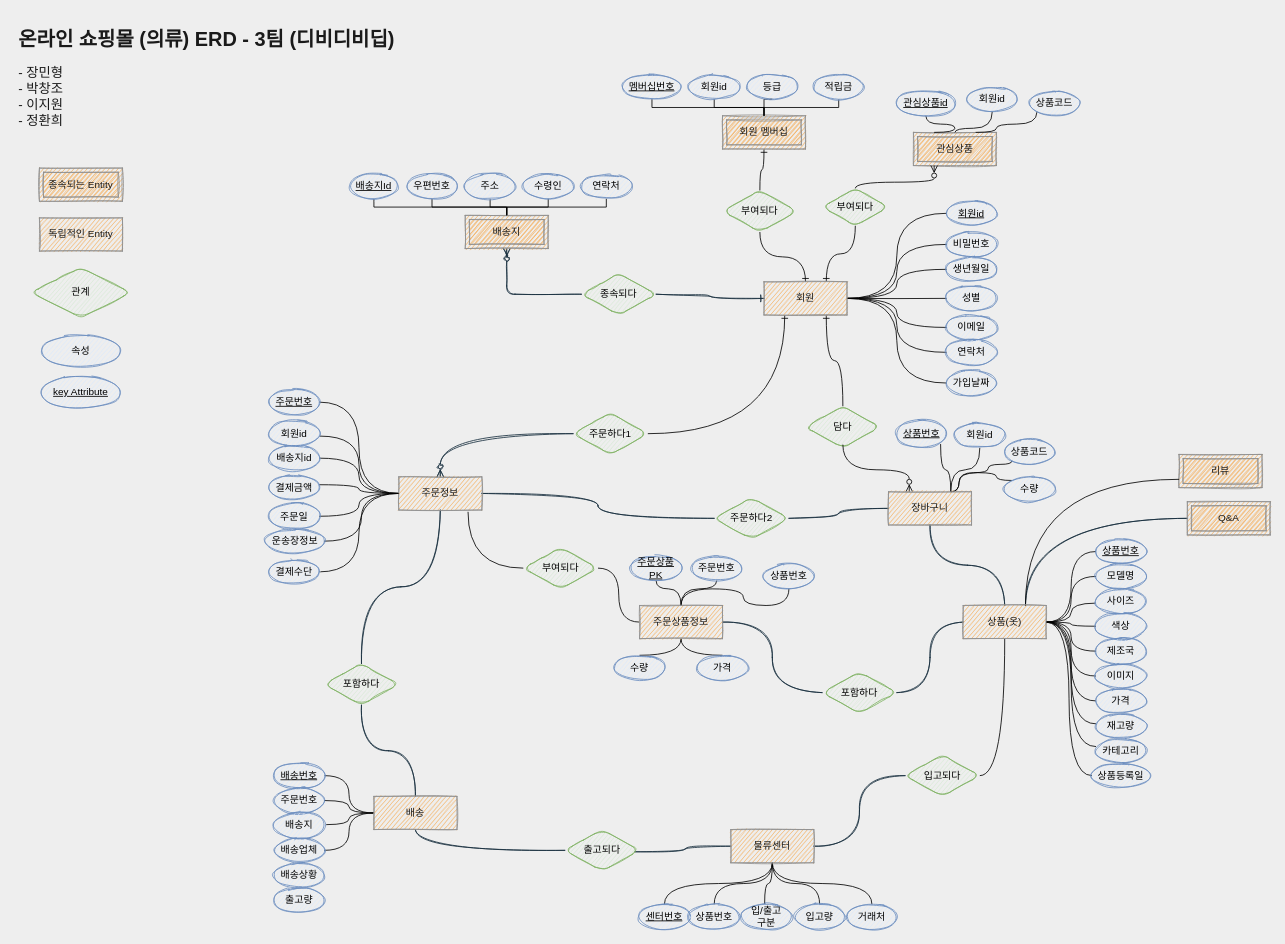
Earlier version of the draw.io diagram page "페이지-2" (2 of 3) of Untitled Diagram.drawio (pcjo1202/DataBase-design). Source tidied: cells renumbered, new cells numbered last; positions are measured from the earlier drawing's top-left corner, leaving out a move shared by most shapes. Both pictures are drawn from the tidied source at 83%, with x=0, y=0 at pixel (14, 22).
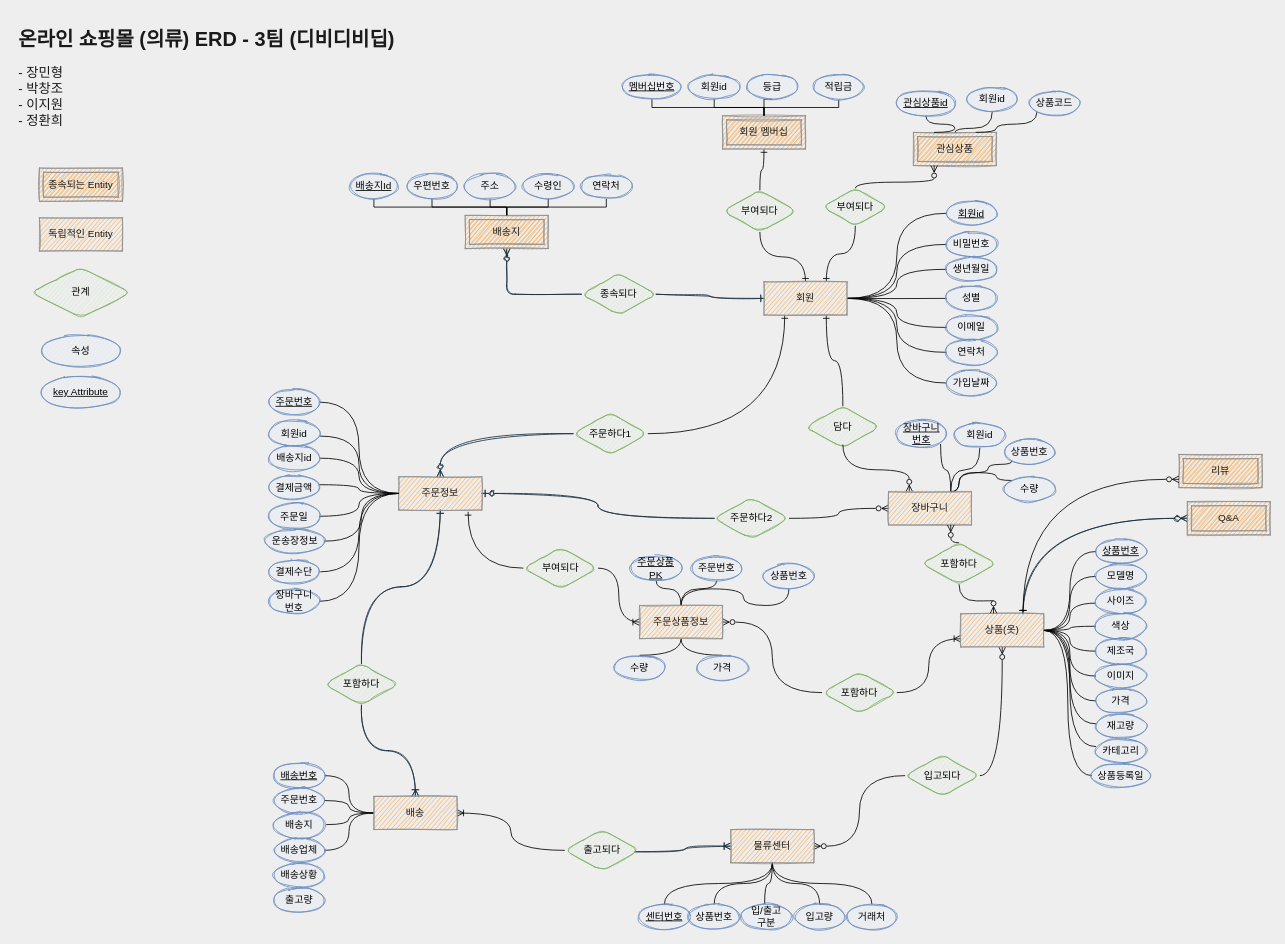
The same diagram, later.

Unchanged cells that the change refers to:
```xml
<mxCell id="16" value="주문하다2" style="shape=rhombus;perimeter=rhombusPerimeter;whiteSpace=wrap;html=1;align=center;fillColor=#d5e8d4;strokeColor=#82b366;sketch=1;rounded=1;" parent="1" vertex="1">
  <mxGeometry x="843" y="572" width="90" height="50" as="geometry" />
</mxCell>
<mxCell id="19" value="포함하다" style="shape=rhombus;perimeter=rhombusPerimeter;whiteSpace=wrap;html=1;align=center;fillColor=#d5e8d4;strokeColor=#82b366;sketch=1;rounded=1;" parent="1" vertex="1">
  <mxGeometry x="373" y="772" width="90" height="50" as="geometry" />
</mxCell>
<mxCell id="22" value="출고되다" style="shape=rhombus;perimeter=rhombusPerimeter;whiteSpace=wrap;html=1;align=center;fillColor=#d5e8d4;strokeColor=#82b366;sketch=1;rounded=1;" parent="1" vertex="1">
  <mxGeometry x="663" y="972" width="90" height="50" as="geometry" />
</mxCell>
<mxCell id="25" value="입고되다" style="shape=rhombus;perimeter=rhombusPerimeter;whiteSpace=wrap;html=1;align=center;fillColor=#d5e8d4;strokeColor=#82b366;sketch=1;rounded=1;" parent="1" vertex="1">
  <mxGeometry x="1073" y="882" width="90" height="50" as="geometry" />
</mxCell>
<mxCell id="27" value="포함하다" style="shape=rhombus;perimeter=rhombusPerimeter;whiteSpace=wrap;html=1;align=center;fillColor=#d5e8d4;strokeColor=#82b366;sketch=1;rounded=1;" parent="1" vertex="1">
  <mxGeometry x="973" y="782" width="90" height="50" as="geometry" />
</mxCell>
<mxCell id="31" value="부여되다" style="shape=rhombus;perimeter=rhombusPerimeter;whiteSpace=wrap;html=1;align=center;fillColor=#d5e8d4;strokeColor=#82b366;sketch=1;rounded=1;" parent="1" vertex="1">
  <mxGeometry x="613" y="632" width="90" height="50" as="geometry" />
</mxCell>
<mxCell id="33" value="리뷰" style="shape=ext;margin=3;double=1;whiteSpace=wrap;html=1;align=center;rounded=0;sketch=1;fontColor=#1A1A1A;strokeColor=#909090;fillColor=#F5AB50;" parent="1" vertex="1">
  <mxGeometry x="1403" y="520" width="100" height="40" as="geometry" />
</mxCell>
<mxCell id="35" value="Q&amp;amp;A" style="shape=ext;margin=3;double=1;whiteSpace=wrap;html=1;align=center;rounded=0;sketch=1;fontColor=#1A1A1A;strokeColor=#909090;fillColor=#F5AB50;" parent="1" vertex="1">
  <mxGeometry x="1413" y="577" width="100" height="40" as="geometry" />
</mxCell>
<mxCell id="62" value="주문정보" style="whiteSpace=wrap;html=1;align=center;rounded=0;sketch=1;fontColor=#1A1A1A;strokeColor=#909090;fillColor=#F5AB50;direction=west;" parent="1" vertex="1">
  <mxGeometry x="463" y="547" width="100" height="40" as="geometry" />
</mxCell>
<mxCell id="68" value="주문상품정보" style="whiteSpace=wrap;html=1;align=center;rounded=0;sketch=1;fontColor=#1A1A1A;strokeColor=#909090;fillColor=#F5AB50;" parent="1" vertex="1">
  <mxGeometry x="753" y="702" width="100" height="40" as="geometry" />
</mxCell>
<mxCell id="74" value="장바구니" style="whiteSpace=wrap;html=1;align=center;rounded=0;sketch=1;fontColor=#1A1A1A;strokeColor=#909090;fillColor=#F5AB50;direction=west;" parent="1" vertex="1">
  <mxGeometry x="1053" y="565" width="100" height="40" as="geometry" />
</mxCell>
<mxCell id="91" value="물류센터" style="whiteSpace=wrap;html=1;align=center;rounded=0;sketch=1;fontColor=#1A1A1A;strokeColor=#909090;fillColor=#F5AB50;direction=west;" parent="1" vertex="1">
  <mxGeometry x="863" y="972" width="100" height="40" as="geometry" />
</mxCell>
<mxCell id="96" value="배송" style="whiteSpace=wrap;html=1;align=center;rounded=0;sketch=1;fontColor=#1A1A1A;strokeColor=#909090;fillColor=#F5AB50;direction=west;" parent="1" vertex="1">
  <mxGeometry x="433" y="932" width="100" height="40" as="geometry" />
</mxCell>
```

Change to the diagram source:
```diff
@@
-    <mxCell id="14" style="edgeStyle=orthogonalEdgeStyle;curved=1;rounded=1;sketch=1;jettySize=auto;html=1;fontColor=#1A1A1A;endArrow=none;endFill=0;strokeColor=#182E3E;entryX=0;entryY=0.5;entryDx=0;entryDy=0;exitX=0;exitY=0.5;exitDx=0;exitDy=0;" parent="1" edge="1" source="16" target="62">
+    <mxCell id="14" style="edgeStyle=orthogonalEdgeStyle;curved=1;rounded=1;sketch=1;jettySize=auto;html=1;fontColor=#1A1A1A;endArrow=ERzeroToOne;endFill=0;strokeColor=#182E3E;entryX=0;entryY=0.5;entryDx=0;entryDy=0;exitX=0;exitY=0.5;exitDx=0;exitDy=0;" parent="1" edge="1" source="16" target="62">
       <mxGeometry relative="1" as="geometry" />
     </mxCell>
-    <mxCell id="15" style="edgeStyle=orthogonalEdgeStyle;curved=1;rounded=1;sketch=1;jettySize=auto;html=1;fontColor=#1A1A1A;endArrow=none;endFill=0;strokeColor=#182E3E;exitX=1;exitY=0.5;exitDx=0;exitDy=0;" parent="1" edge="1" source="16" target="74">
+    <mxCell id="15" style="edgeStyle=orthogonalEdgeStyle;curved=1;jettySize=auto;html=1;exitX=1;exitY=0.5;exitDx=0;exitDy=0;startArrow=none;startFill=0;endArrow=ERzeroToMany;endFill=0;" parent="1" edge="1" source="16" target="74">
       <mxGeometry relative="1" as="geometry" />
     </mxCell>
@@
-    <mxCell id="17" style="edgeStyle=orthogonalEdgeStyle;curved=1;rounded=1;sketch=1;jettySize=auto;html=1;fontColor=#1A1A1A;endArrow=none;endFill=0;strokeColor=#182E3E;entryX=0.5;entryY=0;entryDx=0;entryDy=0;" parent="1" edge="1" source="19" target="62">
+    <mxCell id="17" style="edgeStyle=orthogonalEdgeStyle;curved=1;rounded=1;sketch=1;jettySize=auto;html=1;fontColor=#1A1A1A;endArrow=ERone;endFill=0;strokeColor=#182E3E;entryX=0.5;entryY=0;entryDx=0;entryDy=0;" parent="1" edge="1" source="19" target="62">
       <mxGeometry relative="1" as="geometry" />
     </mxCell>
-    <mxCell id="18" style="edgeStyle=orthogonalEdgeStyle;curved=1;rounded=1;sketch=1;jettySize=auto;html=1;fontColor=#1A1A1A;endArrow=none;endFill=0;strokeColor=#182E3E;entryX=0.5;entryY=1;entryDx=0;entryDy=0;exitX=0.5;exitY=1;exitDx=0;exitDy=0;" parent="1" edge="1" source="19" target="96">
+    <mxCell id="18" style="edgeStyle=orthogonalEdgeStyle;curved=1;rounded=1;sketch=1;jettySize=auto;html=1;fontColor=#1A1A1A;endArrow=ERoneToMany;endFill=0;strokeColor=#182E3E;entryX=0.5;entryY=1;entryDx=0;entryDy=0;exitX=0.5;exitY=1;exitDx=0;exitDy=0;" parent="1" edge="1" source="19" target="96">
       <mxGeometry relative="1" as="geometry" />
     </mxCell>
@@
+    <mxCell id="21" style="edgeStyle=orthogonalEdgeStyle;curved=1;rounded=1;sketch=1;jettySize=auto;html=1;fontColor=#1A1A1A;endArrow=ERoneToMany;endFill=0;strokeColor=#182E3E;entryX=1;entryY=0.5;entryDx=0;entryDy=0;exitX=0.94;exitY=0.535;exitDx=0;exitDy=0;exitPerimeter=0;" parent="1" edge="1" source="22" target="91">
+      <mxGeometry relative="1" as="geometry" />
+    </mxCell>
-    <mxCell id="20" style="edgeStyle=orthogonalEdgeStyle;curved=1;rounded=1;sketch=1;jettySize=auto;html=1;fontColor=#1A1A1A;endArrow=none;endFill=0;strokeColor=#182E3E;entryX=0.5;entryY=0;entryDx=0;entryDy=0;" parent="1" edge="1" source="22" target="96">
+    <mxCell id="20" style="edgeStyle=orthogonalEdgeStyle;curved=1;jettySize=auto;html=1;exitX=0;exitY=0.5;exitDx=0;exitDy=0;entryX=0;entryY=0.5;entryDx=0;entryDy=0;startArrow=none;startFill=0;endArrow=ERoneToMany;endFill=0;" parent="1" edge="1" source="22" target="96">
       <mxGeometry relative="1" as="geometry" />
     </mxCell>
-    <mxCell id="21" style="edgeStyle=orthogonalEdgeStyle;curved=1;rounded=1;sketch=1;jettySize=auto;html=1;fontColor=#1A1A1A;endArrow=none;endFill=0;strokeColor=#182E3E;entryX=1;entryY=0.5;entryDx=0;entryDy=0;exitX=0.94;exitY=0.535;exitDx=0;exitDy=0;exitPerimeter=0;" parent="1" edge="1" source="22" target="91">
-      <mxGeometry relative="1" as="geometry" />
-    </mxCell>
@@
+    <mxCell id="24" style="edgeStyle=orthogonalEdgeStyle;curved=1;jettySize=auto;html=1;exitX=1;exitY=0.5;exitDx=0;exitDy=0;entryX=0.5;entryY=0;entryDx=0;entryDy=0;endArrow=ERzeroToMany;endFill=0;" parent="1" edge="1" source="25" target="85">
+      <mxGeometry relative="1" as="geometry" />
+    </mxCell>
-    <mxCell id="23" style="edgeStyle=orthogonalEdgeStyle;curved=1;rounded=1;sketch=1;jettySize=auto;html=1;fontColor=#1A1A1A;endArrow=none;endFill=0;strokeColor=#182E3E;entryX=0;entryY=0.5;entryDx=0;entryDy=0;" parent="1" edge="1" source="25" target="91">
+    <mxCell id="23" style="edgeStyle=orthogonalEdgeStyle;curved=1;jettySize=auto;html=1;exitX=0;exitY=0.5;exitDx=0;exitDy=0;entryX=0;entryY=0.5;entryDx=0;entryDy=0;startArrow=none;startFill=0;endArrow=ERzeroToMany;endFill=0;" parent="1" edge="1" source="25" target="91">
       <mxGeometry relative="1" as="geometry" />
     </mxCell>
-    <mxCell id="24" style="edgeStyle=orthogonalEdgeStyle;curved=1;jettySize=auto;html=1;exitX=1;exitY=0.5;exitDx=0;exitDy=0;entryX=0.5;entryY=0;entryDx=0;entryDy=0;endArrow=none;endFill=0;" parent="1" edge="1" source="25" target="85">
-      <mxGeometry relative="1" as="geometry" />
-    </mxCell>
@@
-    <mxCell id="26" style="edgeStyle=orthogonalEdgeStyle;curved=1;rounded=1;sketch=1;jettySize=auto;html=1;exitX=1;exitY=0.5;exitDx=0;exitDy=0;entryX=1;entryY=0.5;entryDx=0;entryDy=0;fontColor=#1A1A1A;endArrow=none;endFill=0;strokeColor=#182E3E;" parent="1" edge="1" source="27" target="85">
+    <mxCell id="26" style="edgeStyle=orthogonalEdgeStyle;jettySize=auto;html=1;exitX=1;exitY=0.5;exitDx=0;exitDy=0;entryX=1;entryY=0.25;entryDx=0;entryDy=0;startArrow=none;startFill=0;endArrow=ERoneToMany;endFill=0;curved=1;" parent="1" edge="1" source="27" target="85">
       <mxGeometry relative="1" as="geometry" />
     </mxCell>
+    <mxCell id="167" style="edgeStyle=orthogonalEdgeStyle;curved=1;jettySize=auto;html=1;exitX=0;exitY=0.5;exitDx=0;exitDy=0;entryX=1;entryY=0.5;entryDx=0;entryDy=0;startArrow=none;startFill=0;endArrow=ERzeroToMany;endFill=0;" parent="1" edge="1" source="27" target="68">
+      <mxGeometry relative="1" as="geometry" />
+    </mxCell>
@@
-    <mxCell id="28" style="edgeStyle=orthogonalEdgeStyle;curved=1;rounded=1;sketch=1;jettySize=auto;html=1;exitX=1;exitY=0.5;exitDx=0;exitDy=0;entryX=0;entryY=0.5;entryDx=0;entryDy=0;fontColor=#1A1A1A;endArrow=none;endFill=0;strokeColor=#182E3E;" parent="1" edge="1" source="68" target="27">
-      <mxGeometry relative="1" as="geometry" />
-    </mxCell>
-    <mxCell id="29" style="edgeStyle=orthogonalEdgeStyle;curved=1;jettySize=auto;html=1;exitX=0;exitY=0.5;exitDx=0;exitDy=0;entryX=0.166;entryY=-0.053;entryDx=0;entryDy=0;endArrow=none;endFill=0;entryPerimeter=0;" parent="1" edge="1" source="31" target="62">
+    <mxCell id="29" style="edgeStyle=orthogonalEdgeStyle;curved=1;jettySize=auto;html=1;exitX=0;exitY=0.5;exitDx=0;exitDy=0;entryX=0.166;entryY=-0.053;entryDx=0;entryDy=0;endArrow=ERone;endFill=0;entryPerimeter=0;" parent="1" edge="1" source="31" target="62">
       <mxGeometry relative="1" as="geometry" />
     </mxCell>
-    <mxCell id="30" style="edgeStyle=orthogonalEdgeStyle;curved=1;jettySize=auto;html=1;exitX=1;exitY=0.5;exitDx=0;exitDy=0;entryX=0;entryY=0.5;entryDx=0;entryDy=0;endArrow=none;endFill=0;" parent="1" edge="1" source="31" target="68">
+    <mxCell id="30" style="edgeStyle=orthogonalEdgeStyle;curved=1;jettySize=auto;html=1;exitX=1;exitY=0.5;exitDx=0;exitDy=0;entryX=0;entryY=0.5;entryDx=0;entryDy=0;endArrow=ERoneToMany;endFill=0;" parent="1" edge="1" source="31" target="68">
       <mxGeometry relative="1" as="geometry" />
     </mxCell>
@@
-    <mxCell id="32" style="edgeStyle=orthogonalEdgeStyle;curved=1;rounded=1;sketch=1;jettySize=auto;html=1;exitX=0.5;exitY=0;exitDx=0;exitDy=0;entryX=0.5;entryY=1;entryDx=0;entryDy=0;fontColor=#1A1A1A;endArrow=none;endFill=0;strokeColor=#182E3E;" parent="1" edge="1" source="74" target="85">
-      <mxGeometry relative="1" as="geometry" />
-    </mxCell>
@@
-    <mxCell id="34" style="edgeStyle=orthogonalEdgeStyle;curved=1;rounded=1;sketch=1;jettySize=auto;html=1;exitX=0;exitY=0.5;exitDx=0;exitDy=0;entryX=0.25;entryY=1;entryDx=0;entryDy=0;fontColor=#1A1A1A;endArrow=none;endFill=0;strokeColor=#182E3E;" parent="1" edge="1" source="35" target="85">
+    <mxCell id="34" style="edgeStyle=orthogonalEdgeStyle;curved=1;rounded=1;sketch=1;jettySize=auto;html=1;exitX=0;exitY=0.5;exitDx=0;exitDy=0;entryX=0.25;entryY=1;entryDx=0;entryDy=0;fontColor=#1A1A1A;endArrow=ERone;endFill=0;strokeColor=#182E3E;startArrow=ERzeroToMany;startFill=0;" parent="1" edge="1" source="35" target="85">
       <mxGeometry relative="1" as="geometry" />
     </mxCell>
@@
-    <mxCell id="75" style="edgeStyle=orthogonalEdgeStyle;curved=1;jettySize=auto;html=1;exitX=0.25;exitY=1;exitDx=0;exitDy=0;entryX=0;entryY=0.75;entryDx=0;entryDy=0;endArrow=none;endFill=0;" parent="1" edge="1" source="85" target="33">
+    <mxCell id="75" style="edgeStyle=orthogonalEdgeStyle;curved=1;jettySize=auto;html=1;exitX=0.25;exitY=1;exitDx=0;exitDy=0;entryX=0;entryY=0.75;entryDx=0;entryDy=0;endArrow=ERzeroToMany;endFill=0;startArrow=ERone;startFill=0;" parent="1" edge="1" source="85" target="33">
       <mxGeometry relative="1" as="geometry" />
     </mxCell>
@@
     <mxCell id="85" value="상품(옷)" style="whiteSpace=wrap;html=1;align=center;rounded=0;sketch=1;fontColor=#1A1A1A;strokeColor=#909090;fillColor=#F5AB50;direction=west;" parent="1" vertex="1">
-      <mxGeometry x="1143" y="702" width="100" height="40" as="geometry" />
+      <mxGeometry x="1140" y="712" width="100" height="40" as="geometry" />
     </mxCell>
@@
-    <mxCell id="152" value="상품번호" style="ellipse;whiteSpace=wrap;html=1;align=center;fontStyle=4;rounded=0;sketch=1;strokeColor=#6c8ebf;fillColor=#dae8fc;" parent="1" vertex="1">
+    <mxCell id="152" value="장바구니&lt;br&gt;번호" style="ellipse;whiteSpace=wrap;html=1;align=center;fontStyle=4;rounded=0;sketch=1;strokeColor=#6c8ebf;fillColor=#dae8fc;" parent="1" vertex="1">
       <mxGeometry x="1063" y="477.5" width="60" height="34.5" as="geometry" />
     </mxCell>
@@
-    <mxCell id="154" value="상품코드" style="ellipse;whiteSpace=wrap;html=1;align=center;rounded=0;sketch=1;strokeColor=#6c8ebf;fillColor=#dae8fc;" parent="1" vertex="1">
+    <mxCell id="154" value="상품번호" style="ellipse;whiteSpace=wrap;html=1;align=center;rounded=0;sketch=1;strokeColor=#6c8ebf;fillColor=#dae8fc;" parent="1" vertex="1">
       <mxGeometry x="1193" y="502" width="60" height="30" as="geometry" />
     </mxCell>
@@
+    <mxCell id="168" style="edgeStyle=orthogonalEdgeStyle;jettySize=auto;html=1;exitX=1;exitY=0.5;exitDx=0;exitDy=0;entryX=1;entryY=0.5;entryDx=0;entryDy=0;startArrow=none;startFill=0;endArrow=none;endFill=0;curved=1;" parent="1" edge="1" source="169" target="62">
+      <mxGeometry relative="1" as="geometry" />
+    </mxCell>
+    <mxCell id="169" value="장바구니&lt;br&gt;번호" style="ellipse;whiteSpace=wrap;html=1;align=center;rounded=0;sketch=1;strokeColor=#6c8ebf;fillColor=#dae8fc;" parent="1" vertex="1">
+      <mxGeometry x="307" y="682" width="60" height="30" as="geometry" />
+    </mxCell>
+    <mxCell id="170" style="edgeStyle=orthogonalEdgeStyle;curved=1;jettySize=auto;html=1;exitX=0.5;exitY=1;exitDx=0;exitDy=0;entryX=0.605;entryY=1.013;entryDx=0;entryDy=0;entryPerimeter=0;startArrow=none;startFill=0;endArrow=ERzeroToMany;endFill=0;" parent="1" edge="1" source="172" target="85">
+      <mxGeometry relative="1" as="geometry" />
+    </mxCell>
+    <mxCell id="171" style="edgeStyle=orthogonalEdgeStyle;curved=1;jettySize=auto;html=1;exitX=0.5;exitY=0;exitDx=0;exitDy=0;entryX=0.25;entryY=0;entryDx=0;entryDy=0;startArrow=none;startFill=0;endArrow=ERzeroToMany;endFill=0;" parent="1" edge="1" source="172" target="74">
+      <mxGeometry relative="1" as="geometry" />
+    </mxCell>
+    <mxCell id="172" value="포함하다" style="shape=rhombus;perimeter=rhombusPerimeter;whiteSpace=wrap;html=1;align=center;fillColor=#d5e8d4;strokeColor=#82b366;sketch=1;rounded=1;" parent="1" vertex="1">
+      <mxGeometry x="1093" y="626.5" width="90" height="50" as="geometry" />
+    </mxCell>
```
